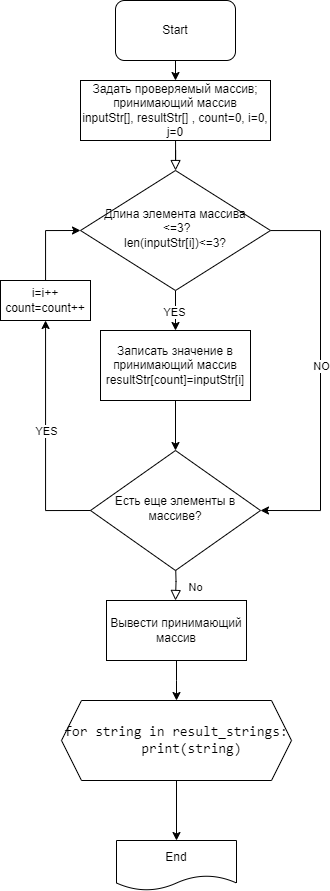
Earlier version of the draw.io export Blok-schem_ItogKR_1q.drawio.png (ElenaMGB/ItogKR_1q). Source tidied: cells renumbered, new cells last; positions are measured from the earlier drawing's top-left corner, leaving out a move shared by most shapes.
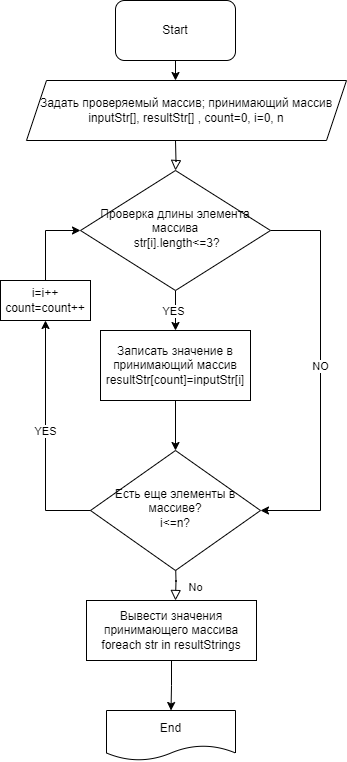
After the change.

The edit, as a diff of the source:
```diff
@@ -2,12 +2,11 @@
   <root>
     <mxCell id="0" />
     <mxCell id="1" parent="0" />
-    <mxCell id="2" style="rounded=0;html=1;jettySize=auto;fontSize=11;endArrow=block;endFill=0;endSize=8;strokeWidth=1;shadow=0;labelBackgroundColor=none;edgeStyle=orthogonalEdgeStyle;" parent="1" edge="1" source="3" target="8">
-      <mxGeometry relative="1" as="geometry" />
+    <mxCell id="2" style="rounded=0;html=1;jettySize=auto;fontSize=11;endArrow=block;endFill=0;endSize=8;strokeWidth=1;shadow=0;labelBackgroundColor=none;edgeStyle=orthogonalEdgeStyle;" parent="1" edge="1" target="8">
+      <mxGeometry relative="1" as="geometry">
+        <mxPoint x="175" y="140" as="sourcePoint" />
+      </mxGeometry>
     </mxCell>
-    <mxCell id="3" value="Задать проверяемый массив; принимающий массив&lt;div&gt;inputStr[], resultStr[] , count=0, i=0, j=0&lt;/div&gt;" style="rounded=0;whiteSpace=wrap;html=1;fontSize=12;glass=0;strokeWidth=1;shadow=0;" parent="1" vertex="1">
-      <mxGeometry x="80" y="80" width="190" height="60" as="geometry" />
-    </mxCell>
     <mxCell id="4" style="edgeStyle=orthogonalEdgeStyle;rounded=0;jettySize=auto;html=1;exitX=0.5;exitY=1;exitDx=0;exitDy=0;entryX=0.5;entryY=0;entryDx=0;entryDy=0;" parent="1" edge="1" source="8" target="11">
       <mxGeometry relative="1" as="geometry" />
     </mxCell>
@@ -27,7 +26,7 @@
         <mxPoint x="3" y="-3" as="offset" />
       </mxGeometry>
     </mxCell>
-    <mxCell id="8" value="Длина элемента массива&lt;div&gt;&amp;nbsp;&amp;lt;=3?&lt;/div&gt;&lt;div&gt;len(inputStr[i])&amp;lt;=3?&lt;/div&gt;" style="rhombus;whiteSpace=wrap;html=1;shadow=0;fontFamily=Helvetica;fontSize=12;align=center;strokeWidth=1;spacing=6;spacingTop=-4;" parent="1" vertex="1">
+    <mxCell id="8" value="Проверка длины элемента массива&lt;div&gt;&lt;div&gt;&amp;nbsp;str[i].length&amp;lt;=3?&lt;/div&gt;&lt;/div&gt;" style="rhombus;whiteSpace=wrap;html=1;shadow=0;fontFamily=Helvetica;fontSize=12;align=center;strokeWidth=1;spacing=6;spacingTop=-4;" parent="1" vertex="1">
       <mxGeometry x="80" y="170" width="190" height="120" as="geometry" />
     </mxCell>
     <mxCell id="9" value="No" style="rounded=0;html=1;jettySize=auto;orthogonalLoop=1;fontSize=11;endArrow=block;endFill=0;endSize=8;strokeWidth=1;shadow=0;labelBackgroundColor=none;edgeStyle=orthogonalEdgeStyle;" parent="1" edge="1">
@@ -36,9 +35,6 @@
         <mxPoint x="175" y="600" as="targetPoint" />
       </mxGeometry>
     </mxCell>
-    <mxCell id="10" style="edgeStyle=orthogonalEdgeStyle;rounded=0;jettySize=auto;html=1;exitX=0.5;exitY=1;exitDx=0;exitDy=0;entryX=0.5;entryY=0;entryDx=0;entryDy=0;" parent="1" edge="1" source="21" target="20">
-      <mxGeometry relative="1" as="geometry" />
-    </mxCell>
     <mxCell id="11" value="Записать значение в принимающий массив&lt;div&gt;resultStr[count]=inputStr[i]&lt;/div&gt;" style="rounded=0;whiteSpace=wrap;html=1;fontSize=12;glass=0;strokeWidth=1;shadow=0;" parent="1" vertex="1">
       <mxGeometry x="100" y="330" width="150" height="70" as="geometry" />
     </mxCell>
@@ -50,7 +46,7 @@
         </Array>
       </mxGeometry>
     </mxCell>
-    <mxCell id="13" value="Есть еще элементы в массиве?" style="rhombus;whiteSpace=wrap;html=1;shadow=0;fontFamily=Helvetica;fontSize=12;align=center;strokeWidth=1;spacing=6;spacingTop=-4;" parent="1" vertex="1">
+    <mxCell id="13" value="Есть еще элементы в массиве?&lt;div&gt;i&amp;lt;=n?&lt;/div&gt;" style="rhombus;whiteSpace=wrap;html=1;shadow=0;fontFamily=Helvetica;fontSize=12;align=center;strokeWidth=1;spacing=6;spacingTop=-4;" parent="1" vertex="1">
       <mxGeometry x="90" y="450" width="170" height="120" as="geometry" />
     </mxCell>
     <mxCell id="14" style="edgeStyle=orthogonalEdgeStyle;rounded=0;jettySize=auto;html=1;exitX=0.5;exitY=1;exitDx=0;exitDy=0;entryX=0.5;entryY=0;entryDx=0;entryDy=0;" parent="1" edge="1" source="11" target="13">
@@ -72,25 +68,25 @@
     <mxCell id="17" value="&lt;div&gt;i=i++&lt;/div&gt;&lt;div&gt;count=count++&lt;/div&gt;" style="rounded=0;whiteSpace=wrap;html=1;" parent="1" vertex="1">
       <mxGeometry y="280" width="90" height="40" as="geometry" />
     </mxCell>
-    <mxCell id="18" style="edgeStyle=orthogonalEdgeStyle;rounded=0;jettySize=auto;html=1;exitX=0.5;exitY=1;exitDx=0;exitDy=0;entryX=0.5;entryY=0;entryDx=0;entryDy=0;" parent="1" edge="1" source="19" target="3">
-      <mxGeometry relative="1" as="geometry" />
+    <mxCell id="18" style="edgeStyle=orthogonalEdgeStyle;rounded=0;jettySize=auto;html=1;exitX=0.5;exitY=1;exitDx=0;exitDy=0;entryX=0.5;entryY=0;entryDx=0;entryDy=0;" parent="1" edge="1" source="19">
+      <mxGeometry relative="1" as="geometry">
+        <mxPoint x="175" y="80" as="targetPoint" />
+      </mxGeometry>
     </mxCell>
     <mxCell id="19" value="Start" style="rounded=1;whiteSpace=wrap;html=1;" parent="1" vertex="1">
       <mxGeometry x="115" width="120" height="60" as="geometry" />
     </mxCell>
     <mxCell id="20" value="End" style="shape=document;whiteSpace=wrap;html=1;boundedLbl=1;" parent="1" vertex="1">
-      <mxGeometry x="116" y="840" width="120" height="50" as="geometry" />
+      <mxGeometry x="106" y="710" width="129" height="50" as="geometry" />
     </mxCell>
-    <mxCell id="21" value="&lt;div&gt;&lt;span style=&quot;box-sizing: border-box; border: 0px solid rgb(229, 231, 235); scrollbar-color: auto; scrollbar-width: auto; --tw-border-spacing-x: 0; --tw-border-spacing-y: 0; --tw-translate-x: 0; --tw-translate-y: 0; --tw-rotate: 0; --tw-skew-x: 0; --tw-skew-y: 0; --tw-scale-x: 1; --tw-scale-y: 1; --tw-pan-x: ; --tw-pan-y: ; --tw-pinch-zoom: ; --tw-scroll-snap-strictness: proximity; --tw-ordinal: ; --tw-slashed-zero: ; --tw-numeric-figure: ; --tw-numeric-spacing: ; --tw-numeric-fraction: ; --tw-ring-inset: ; --tw-ring-offset-width: 0px; --tw-ring-offset-color: #fff; --tw-ring-color: rgba(59,130,246,.5); --tw-ring-offset-shadow: 0 0 #0000; --tw-ring-shadow: 0 0 #0000; --tw-shadow: 0 0 #0000; --tw-shadow-colored: 0 0 #0000; --tw-blur: ; --tw-brightness: ; --tw-contrast: ; --tw-grayscale: ; --tw-hue-rotate: ; --tw-invert: ; --tw-saturate: ; --tw-sepia: ; --tw-drop-shadow: ; --tw-backdrop-blur: ; --tw-backdrop-brightness: ; --tw-backdrop-contrast: ; --tw-backdrop-grayscale: ; --tw-backdrop-hue-rotate: ; --tw-backdrop-invert: ; --tw-backdrop-opacity: ; --tw-backdrop-saturate: ; --tw-backdrop-sepia: ; font-family: __berkeleyMono_b44320, __berkeleyMono_Fallback_b44320, ui-monospace, SFMono-Regular, monospace; font-size: 14px; font-variant-ligatures: none; text-align: start; white-space: pre;&quot; class=&quot;token&quot;&gt;for&lt;/span&gt;&lt;span style=&quot;font-family: __berkeleyMono_b44320, __berkeleyMono_Fallback_b44320, ui-monospace, SFMono-Regular, monospace; font-size: 14px; font-variant-ligatures: none; text-align: start; white-space: pre;&quot;&gt; string &lt;/span&gt;&lt;span style=&quot;box-sizing: border-box; border: 0px solid rgb(229, 231, 235); scrollbar-color: auto; scrollbar-width: auto; --tw-border-spacing-x: 0; --tw-border-spacing-y: 0; --tw-translate-x: 0; --tw-translate-y: 0; --tw-rotate: 0; --tw-skew-x: 0; --tw-skew-y: 0; --tw-scale-x: 1; --tw-scale-y: 1; --tw-pan-x: ; --tw-pan-y: ; --tw-pinch-zoom: ; --tw-scroll-snap-strictness: proximity; --tw-ordinal: ; --tw-slashed-zero: ; --tw-numeric-figure: ; --tw-numeric-spacing: ; --tw-numeric-fraction: ; --tw-ring-inset: ; --tw-ring-offset-width: 0px; --tw-ring-offset-color: #fff; --tw-ring-color: rgba(59,130,246,.5); --tw-ring-offset-shadow: 0 0 #0000; --tw-ring-shadow: 0 0 #0000; --tw-shadow: 0 0 #0000; --tw-shadow-colored: 0 0 #0000; --tw-blur: ; --tw-brightness: ; --tw-contrast: ; --tw-grayscale: ; --tw-hue-rotate: ; --tw-invert: ; --tw-saturate: ; --tw-sepia: ; --tw-drop-shadow: ; --tw-backdrop-blur: ; --tw-backdrop-brightness: ; --tw-backdrop-contrast: ; --tw-backdrop-grayscale: ; --tw-backdrop-hue-rotate: ; --tw-backdrop-invert: ; --tw-backdrop-opacity: ; --tw-backdrop-saturate: ; --tw-backdrop-sepia: ; font-family: __berkeleyMono_b44320, __berkeleyMono_Fallback_b44320, ui-monospace, SFMono-Regular, monospace; font-size: 14px; font-variant-ligatures: none; text-align: start; white-space: pre;&quot; class=&quot;token&quot;&gt;in&lt;/span&gt;&lt;span style=&quot;font-family: __berkeleyMono_b44320, __berkeleyMono_Fallback_b44320, ui-monospace, SFMono-Regular, monospace; font-size: 14px; font-variant-ligatures: none; text-align: start; white-space: pre;&quot;&gt; result_strings&lt;/span&gt;&lt;span style=&quot;box-sizing: border-box; border: 0px solid rgb(229, 231, 235); scrollbar-color: auto; scrollbar-width: auto; --tw-border-spacing-x: 0; --tw-border-spacing-y: 0; --tw-translate-x: 0; --tw-translate-y: 0; --tw-rotate: 0; --tw-skew-x: 0; --tw-skew-y: 0; --tw-scale-x: 1; --tw-scale-y: 1; --tw-pan-x: ; --tw-pan-y: ; --tw-pinch-zoom: ; --tw-scroll-snap-strictness: proximity; --tw-ordinal: ; --tw-slashed-zero: ; --tw-numeric-figure: ; --tw-numeric-spacing: ; --tw-numeric-fraction: ; --tw-ring-inset: ; --tw-ring-offset-width: 0px; --tw-ring-offset-color: #fff; --tw-ring-color: rgba(59,130,246,.5); --tw-ring-offset-shadow: 0 0 #0000; --tw-ring-shadow: 0 0 #0000; --tw-shadow: 0 0 #0000; --tw-shadow-colored: 0 0 #0000; --tw-blur: ; --tw-brightness: ; --tw-contrast: ; --tw-grayscale: ; --tw-hue-rotate: ; --tw-invert: ; --tw-saturate: ; --tw-sepia: ; --tw-drop-shadow: ; --tw-backdrop-blur: ; --tw-backdrop-brightness: ; --tw-backdrop-contrast: ; --tw-backdrop-grayscale: ; --tw-backdrop-hue-rotate: ; --tw-backdrop-invert: ; --tw-backdrop-opacity: ; --tw-backdrop-saturate: ; --tw-backdrop-sepia: ; font-family: __berkeleyMono_b44320, __berkeleyMono_Fallback_b44320, ui-monospace, SFMono-Regular, monospace; font-size: 14px; font-variant-ligatures: none; text-align: start; white-space: pre;&quot; class=&quot;token punctuation&quot;&gt;:&lt;/span&gt;&lt;span style=&quot;font-family: __berkeleyMono_b44320, __berkeleyMono_Fallback_b44320, ui-monospace, SFMono-Regular, monospace; font-size: 14px; font-variant-ligatures: none; text-align: start; white-space: pre;&quot;&gt;&lt;br&gt;    &lt;/span&gt;&lt;span style=&quot;box-sizing: border-box; border: 0px solid rgb(229, 231, 235); scrollbar-color: auto; scrollbar-width: auto; --tw-border-spacing-x: 0; --tw-border-spacing-y: 0; --tw-translate-x: 0; --tw-translate-y: 0; --tw-rotate: 0; --tw-skew-x: 0; --tw-skew-y: 0; --tw-scale-x: 1; --tw-scale-y: 1; --tw-pan-x: ; --tw-pan-y: ; --tw-pinch-zoom: ; --tw-scroll-snap-strictness: proximity; --tw-ordinal: ; --tw-slashed-zero: ; --tw-numeric-figure: ; --tw-numeric-spacing: ; --tw-numeric-fraction: ; --tw-ring-inset: ; --tw-ring-offset-width: 0px; --tw-ring-offset-color: #fff; --tw-ring-color: rgba(59,130,246,.5); --tw-ring-offset-shadow: 0 0 #0000; --tw-ring-shadow: 0 0 #0000; --tw-shadow: 0 0 #0000; --tw-shadow-colored: 0 0 #0000; --tw-blur: ; --tw-brightness: ; --tw-contrast: ; --tw-grayscale: ; --tw-hue-rotate: ; --tw-invert: ; --tw-saturate: ; --tw-sepia: ; --tw-drop-shadow: ; --tw-backdrop-blur: ; --tw-backdrop-brightness: ; --tw-backdrop-contrast: ; --tw-backdrop-grayscale: ; --tw-backdrop-hue-rotate: ; --tw-backdrop-invert: ; --tw-backdrop-opacity: ; --tw-backdrop-saturate: ; --tw-backdrop-sepia: ; font-family: __berkeleyMono_b44320, __berkeleyMono_Fallback_b44320, ui-monospace, SFMono-Regular, monospace; font-size: 14px; font-variant-ligatures: none; text-align: start; white-space: pre;&quot; class=&quot;token&quot;&gt;print&lt;/span&gt;&lt;span style=&quot;box-sizing: border-box; border: 0px solid rgb(229, 231, 235); scrollbar-color: auto; scrollbar-width: auto; --tw-border-spacing-x: 0; --tw-border-spacing-y: 0; --tw-translate-x: 0; --tw-translate-y: 0; --tw-rotate: 0; --tw-skew-x: 0; --tw-skew-y: 0; --tw-scale-x: 1; --tw-scale-y: 1; --tw-pan-x: ; --tw-pan-y: ; --tw-pinch-zoom: ; --tw-scroll-snap-strictness: proximity; --tw-ordinal: ; --tw-slashed-zero: ; --tw-numeric-figure: ; --tw-numeric-spacing: ; --tw-numeric-fraction: ; --tw-ring-inset: ; --tw-ring-offset-width: 0px; --tw-ring-offset-color: #fff; --tw-ring-color: rgba(59,130,246,.5); --tw-ring-offset-shadow: 0 0 #0000; --tw-ring-shadow: 0 0 #0000; --tw-shadow: 0 0 #0000; --tw-shadow-colored: 0 0 #0000; --tw-blur: ; --tw-brightness: ; --tw-contrast: ; --tw-grayscale: ; --tw-hue-rotate: ; --tw-invert: ; --tw-saturate: ; --tw-sepia: ; --tw-drop-shadow: ; --tw-backdrop-blur: ; --tw-backdrop-brightness: ; --tw-backdrop-contrast: ; --tw-backdrop-grayscale: ; --tw-backdrop-hue-rotate: ; --tw-backdrop-invert: ; --tw-backdrop-opacity: ; --tw-backdrop-saturate: ; --tw-backdrop-sepia: ; font-family: __berkeleyMono_b44320, __berkeleyMono_Fallback_b44320, ui-monospace, SFMono-Regular, monospace; font-size: 14px; font-variant-ligatures: none; text-align: start; white-space: pre;&quot; class=&quot;token punctuation&quot;&gt;(&lt;/span&gt;&lt;span style=&quot;font-family: __berkeleyMono_b44320, __berkeleyMono_Fallback_b44320, ui-monospace, SFMono-Regular, monospace; font-size: 14px; font-variant-ligatures: none; text-align: start; white-space: pre;&quot;&gt;string&lt;/span&gt;&lt;span style=&quot;box-sizing: border-box; border: 0px solid rgb(229, 231, 235); scrollbar-color: auto; scrollbar-width: auto; --tw-border-spacing-x: 0; --tw-border-spacing-y: 0; --tw-translate-x: 0; --tw-translate-y: 0; --tw-rotate: 0; --tw-skew-x: 0; --tw-skew-y: 0; --tw-scale-x: 1; --tw-scale-y: 1; --tw-pan-x: ; --tw-pan-y: ; --tw-pinch-zoom: ; --tw-scroll-snap-strictness: proximity; --tw-ordinal: ; --tw-slashed-zero: ; --tw-numeric-figure: ; --tw-numeric-spacing: ; --tw-numeric-fraction: ; --tw-ring-inset: ; --tw-ring-offset-width: 0px; --tw-ring-offset-color: #fff; --tw-ring-color: rgba(59,130,246,.5); --tw-ring-offset-shadow: 0 0 #0000; --tw-ring-shadow: 0 0 #0000; --tw-shadow: 0 0 #0000; --tw-shadow-colored: 0 0 #0000; --tw-blur: ; --tw-brightness: ; --tw-contrast: ; --tw-grayscale: ; --tw-hue-rotate: ; --tw-invert: ; --tw-saturate: ; --tw-sepia: ; --tw-drop-shadow: ; --tw-backdrop-blur: ; --tw-backdrop-brightness: ; --tw-backdrop-contrast: ; --tw-backdrop-grayscale: ; --tw-backdrop-hue-rotate: ; --tw-backdrop-invert: ; --tw-backdrop-opacity: ; --tw-backdrop-saturate: ; --tw-backdrop-sepia: ; font-family: __berkeleyMono_b44320, __berkeleyMono_Fallback_b44320, ui-monospace, SFMono-Regular, monospace; font-size: 14px; font-variant-ligatures: none; text-align: start; white-space: pre;&quot; class=&quot;token punctuation&quot;&gt;)&lt;/span&gt;&lt;/div&gt;" style="shape=hexagon;perimeter=hexagonPerimeter2;whiteSpace=wrap;html=1;fixedSize=1;" parent="1" vertex="1">
-      <mxGeometry x="61" y="700" width="230" height="80" as="geometry" />
-    </mxCell>
-    <mxCell id="22" style="edgeStyle=orthogonalEdgeStyle;rounded=0;jettySize=auto;html=1;exitX=0.5;exitY=1;exitDx=0;exitDy=0;" parent="1" edge="1" source="23">
-      <mxGeometry relative="1" as="geometry">
-        <mxPoint x="176" y="700" as="targetPoint" />
-      </mxGeometry>
-    </mxCell>
+    <mxCell id="24" style="edgeStyle=orthogonalEdgeStyle;rounded=0;jettySize=auto;html=1;exitX=0.5;exitY=1;exitDx=0;exitDy=0;entryX=0.5;entryY=0;entryDx=0;entryDy=0;" parent="1" edge="1" source="23" target="20">
+      <mxGeometry relative="1" as="geometry" />
+    </mxCell>
-    <mxCell id="23" value="Вывести принимающий массив" style="rounded=0;whiteSpace=wrap;html=1;" parent="1" vertex="1">
-      <mxGeometry x="106" y="600" width="140" height="60" as="geometry" />
+    <mxCell id="23" value="Вывести значения принимающего массива&lt;div&gt;foreach str in resultStrings&lt;/div&gt;" style="rounded=0;whiteSpace=wrap;html=1;" parent="1" vertex="1">
+      <mxGeometry x="86" y="600" width="170" height="60" as="geometry" />
     </mxCell>
+    <mxCell id="25" value="Задать проверяемый массив; принимающий массив&lt;div&gt;inputStr[], resultStr[] , count=0, i=0, n&lt;/div&gt;" style="shape=parallelogram;perimeter=parallelogramPerimeter;whiteSpace=wrap;html=1;fixedSize=1;" parent="1" vertex="1">
+      <mxGeometry x="26" y="80" width="320" height="60" as="geometry" />
+    </mxCell>
   </root>
 </mxGraphModel>
```
